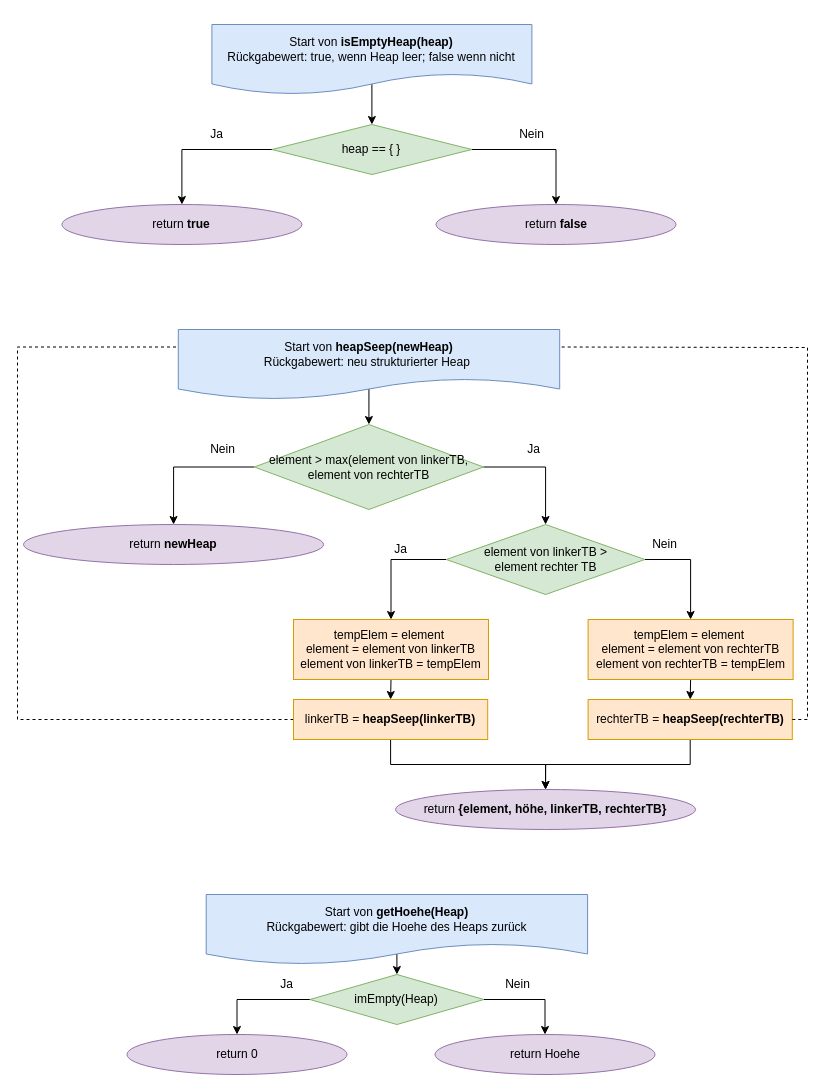
krisschaaf/Hausarbeit_Erlang_Queues keeps this draw.io diagram as Grafiken:Bilder/draw.io/HBQ/2.3. andereHeapFuntionen.drawio. Above is the earlier version. Source tidied: cells renumbered, new cells numbered last; positions are measured from the earlier drawing's top-left corner, leaving out a move shared by most shapes. Both pictures are drawn from the tidied source at 100%, with x=0, y=0 at pixel (17, 24).
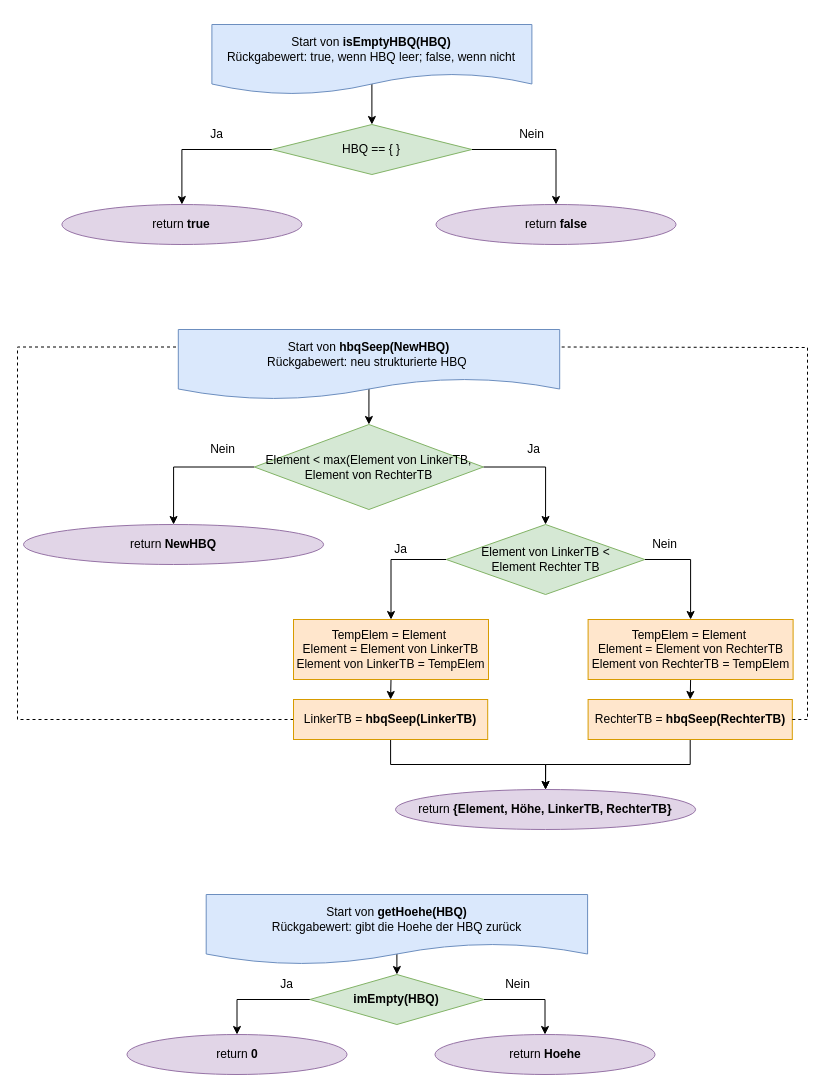
Above is the later version.

Change to the diagram source:
```diff
@@
-    <mxCell id="3" value="Start von &lt;b&gt;isEmptyHeap(heap)&lt;/b&gt;&lt;br&gt;Rückgabewert: true, wenn Heap leer; false wenn nicht" style="shape=document;whiteSpace=wrap;html=1;boundedLbl=1;fillColor=#dae8fc;strokeColor=#6c8ebf;" parent="1" vertex="1">
+    <mxCell id="3" value="Start von &lt;b&gt;isEmptyHBQ(HBQ)&lt;/b&gt;&lt;br&gt;Rückgabewert: true, wenn HBQ leer; false, wenn nicht" style="shape=document;whiteSpace=wrap;html=1;boundedLbl=1;fillColor=#dae8fc;strokeColor=#6c8ebf;" parent="1" vertex="1">
       <mxGeometry x="194.4" width="320" height="70" as="geometry" />
     </mxCell>
@@
-    <mxCell id="6" value="heap == { }" style="rhombus;whiteSpace=wrap;html=1;rounded=0;fillColor=#d5e8d4;strokeColor=#82b366;" parent="1" vertex="1">
+    <mxCell id="6" value="HBQ == { }" style="rhombus;whiteSpace=wrap;html=1;rounded=0;fillColor=#d5e8d4;strokeColor=#82b366;" parent="1" vertex="1">
       <mxGeometry x="254.4" y="100" width="200" height="50" as="geometry" />
     </mxCell>
@@
-    <mxCell id="12" value="Start von &lt;b&gt;heapSeep(newHeap)&lt;/b&gt;&lt;br&gt;Rückgabewert: neu strukturierter Heap&amp;nbsp;" style="shape=document;whiteSpace=wrap;html=1;boundedLbl=1;fillColor=#dae8fc;strokeColor=#6c8ebf;" parent="1" vertex="1">
+    <mxCell id="12" value="Start von &lt;b&gt;hbqSeep(NewHBQ)&lt;/b&gt;&lt;br&gt;Rückgabewert: neu strukturierte HBQ&amp;nbsp;" style="shape=document;whiteSpace=wrap;html=1;boundedLbl=1;fillColor=#dae8fc;strokeColor=#6c8ebf;" parent="1" vertex="1">
       <mxGeometry x="160.8" y="305" width="381.4" height="70" as="geometry" />
     </mxCell>
-    <mxCell id="13" value="return&amp;nbsp;&lt;b&gt;newHeap&lt;/b&gt;" style="ellipse;whiteSpace=wrap;html=1;rounded=0;fillColor=#e1d5e7;strokeColor=#9673a6;" parent="1" vertex="1">
+    <mxCell id="13" value="return&amp;nbsp;&lt;b&gt;NewHBQ&lt;/b&gt;" style="ellipse;whiteSpace=wrap;html=1;rounded=0;fillColor=#e1d5e7;strokeColor=#9673a6;" parent="1" vertex="1">
       <mxGeometry x="6" y="500" width="300.1" height="40" as="geometry" />
     </mxCell>
@@
-    <mxCell id="15" value="tempElem = element&amp;nbsp;&lt;br&gt;element = element von linkerTB&lt;br&gt;element von linkerTB = tempElem" style="rounded=0;whiteSpace=wrap;html=1;fillColor=#ffe6cc;strokeColor=#d79b00;" parent="1" vertex="1">
+    <mxCell id="15" value="TempElem = Element&amp;nbsp;&lt;br&gt;Element = Element von LinkerTB&lt;br&gt;Element von LinkerTB = TempElem" style="rounded=0;whiteSpace=wrap;html=1;fillColor=#ffe6cc;strokeColor=#d79b00;" parent="1" vertex="1">
       <mxGeometry x="276" y="595" width="195" height="60" as="geometry" />
     </mxCell>
@@
-    <mxCell id="18" value="element &amp;gt; max(element von linkerTB, element von rechterTB" style="rhombus;whiteSpace=wrap;html=1;rounded=0;fillColor=#d5e8d4;strokeColor=#82b366;" parent="1" vertex="1">
+    <mxCell id="18" value="Element &amp;lt; max(Element von LinkerTB, Element von RechterTB" style="rhombus;whiteSpace=wrap;html=1;rounded=0;fillColor=#d5e8d4;strokeColor=#82b366;" parent="1" vertex="1">
       <mxGeometry x="236.9" y="400" width="229" height="85" as="geometry" />
     </mxCell>
@@
-    <mxCell id="21" value="element von linkerTB &amp;gt; &lt;br&gt;element&amp;nbsp;rechter TB" style="rhombus;whiteSpace=wrap;html=1;rounded=0;fillColor=#d5e8d4;strokeColor=#82b366;" parent="1" vertex="1">
+    <mxCell id="21" value="Element von LinkerTB &amp;lt;&lt;br&gt;Element Rechter TB" style="rhombus;whiteSpace=wrap;html=1;rounded=0;fillColor=#d5e8d4;strokeColor=#82b366;" parent="1" vertex="1">
       <mxGeometry x="428.8" y="500" width="198.5" height="70" as="geometry" />
     </mxCell>
@@
-    <mxCell id="25" value="tempElem = element&amp;nbsp;&lt;br&gt;element = element von rechterTB&lt;br&gt;element von rechterTB = tempElem" style="rounded=0;whiteSpace=wrap;html=1;fillColor=#ffe6cc;strokeColor=#d79b00;" parent="1" vertex="1">
+    <mxCell id="25" value="TempElem = Element&amp;nbsp;&lt;br&gt;Element = Element von RechterTB&lt;br&gt;Element von RechterTB = TempElem" style="rounded=0;whiteSpace=wrap;html=1;fillColor=#ffe6cc;strokeColor=#d79b00;" parent="1" vertex="1">
       <mxGeometry x="570.6" y="595" width="205" height="60" as="geometry" />
     </mxCell>
@@
-    <mxCell id="30" value="linkerTB = &lt;b&gt;heapSeep(linkerTB)&lt;/b&gt;" style="rounded=0;whiteSpace=wrap;html=1;fillColor=#ffe6cc;strokeColor=#d79b00;" parent="1" vertex="1">
+    <mxCell id="30" value="LinkerTB = &lt;b&gt;hbqSeep(LinkerTB)&lt;/b&gt;" style="rounded=0;whiteSpace=wrap;html=1;fillColor=#ffe6cc;strokeColor=#d79b00;" parent="1" vertex="1">
       <mxGeometry x="276" y="675" width="194.2" height="40" as="geometry" />
     </mxCell>
@@
-    <mxCell id="32" value="rechterTB = &lt;b&gt;heapSeep(rechterTB)&lt;/b&gt;" style="rounded=0;whiteSpace=wrap;html=1;fillColor=#ffe6cc;strokeColor=#d79b00;" parent="1" vertex="1">
+    <mxCell id="32" value="RechterTB = &lt;b&gt;hbqSeep(RechterTB)&lt;/b&gt;" style="rounded=0;whiteSpace=wrap;html=1;fillColor=#ffe6cc;strokeColor=#d79b00;" parent="1" vertex="1">
       <mxGeometry x="570.6" y="675" width="204.2" height="40" as="geometry" />
     </mxCell>
-    <mxCell id="33" value="return&amp;nbsp;&lt;b&gt;{element, höhe, linkerTB, rechterTB}&lt;/b&gt;" style="ellipse;whiteSpace=wrap;html=1;rounded=0;fillColor=#e1d5e7;strokeColor=#9673a6;" parent="1" vertex="1">
+    <mxCell id="33" value="return&amp;nbsp;&lt;b&gt;{Element, Höhe, LinkerTB, RechterTB}&lt;/b&gt;" style="ellipse;whiteSpace=wrap;html=1;rounded=0;fillColor=#e1d5e7;strokeColor=#9673a6;" parent="1" vertex="1">
       <mxGeometry x="378" y="765" width="300.1" height="40" as="geometry" />
     </mxCell>
@@
-    <mxCell id="36" value="Start von &lt;b&gt;getHoehe(Heap)&lt;/b&gt;&lt;br&gt;Rückgabewert: gibt die Hoehe des Heaps zurück" style="shape=document;whiteSpace=wrap;html=1;boundedLbl=1;fillColor=#dae8fc;strokeColor=#6c8ebf;" parent="1" vertex="1">
+    <mxCell id="36" value="Start von &lt;b&gt;getHoehe(HBQ)&lt;/b&gt;&lt;br&gt;Rückgabewert: gibt die Hoehe der HBQ zurück" style="shape=document;whiteSpace=wrap;html=1;boundedLbl=1;fillColor=#dae8fc;strokeColor=#6c8ebf;" parent="1" vertex="1">
       <mxGeometry x="188.7" y="870" width="381.4" height="70" as="geometry" />
     </mxCell>
@@
-    <mxCell id="39" value="imEmpty(Heap)" style="rhombus;whiteSpace=wrap;html=1;rounded=0;fillColor=#d5e8d4;strokeColor=#82b366;" parent="1" vertex="1">
+    <mxCell id="39" value="&lt;b&gt;imEmpty(HBQ)&lt;/b&gt;" style="rhombus;whiteSpace=wrap;html=1;rounded=0;fillColor=#d5e8d4;strokeColor=#82b366;" parent="1" vertex="1">
       <mxGeometry x="292.4" y="950" width="174" height="50" as="geometry" />
     </mxCell>
-    <mxCell id="40" value="return 0" style="ellipse;whiteSpace=wrap;html=1;rounded=0;fillColor=#e1d5e7;strokeColor=#9673a6;" parent="1" vertex="1">
+    <mxCell id="40" value="return &lt;b&gt;0&lt;/b&gt;" style="ellipse;whiteSpace=wrap;html=1;rounded=0;fillColor=#e1d5e7;strokeColor=#9673a6;" parent="1" vertex="1">
       <mxGeometry x="109.5" y="1010" width="220" height="40" as="geometry" />
     </mxCell>
-    <mxCell id="41" value="return Hoehe" style="ellipse;whiteSpace=wrap;html=1;rounded=0;fillColor=#e1d5e7;strokeColor=#9673a6;" parent="1" vertex="1">
+    <mxCell id="41" value="return &lt;b&gt;Hoehe&lt;/b&gt;" style="ellipse;whiteSpace=wrap;html=1;rounded=0;fillColor=#e1d5e7;strokeColor=#9673a6;" parent="1" vertex="1">
       <mxGeometry x="417.5" y="1010" width="220" height="40" as="geometry" />
     </mxCell>
```
